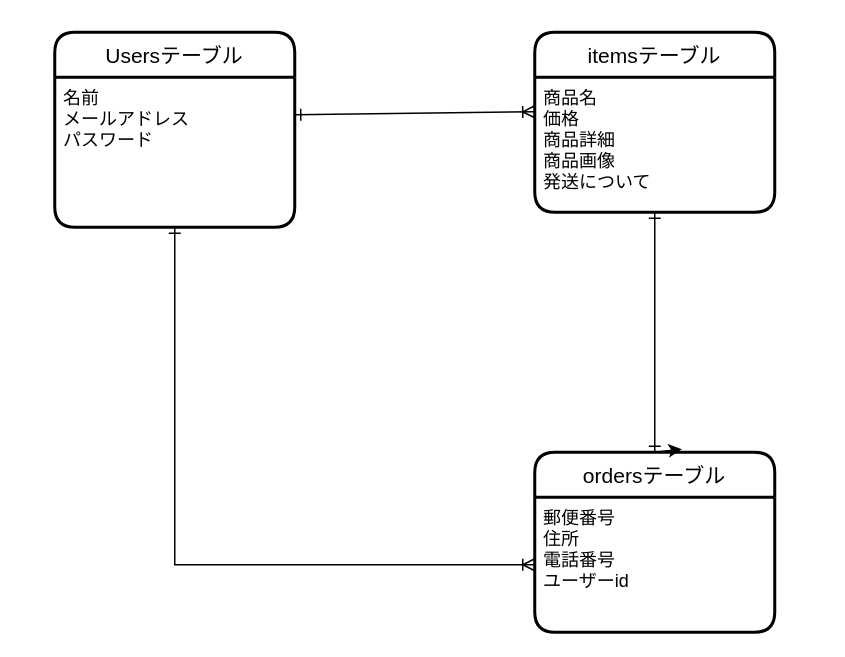
kohei-san/furima-34783 keeps this draw.io diagram as er.dio. Above is the earlier version. Source tidied: cells renumbered, new cells numbered last; positions are measured from the earlier drawing's top-left corner, leaving out a move shared by most shapes. Both pictures are drawn from the tidied source at 150%, with x=0, y=0 at pixel (54, 32).
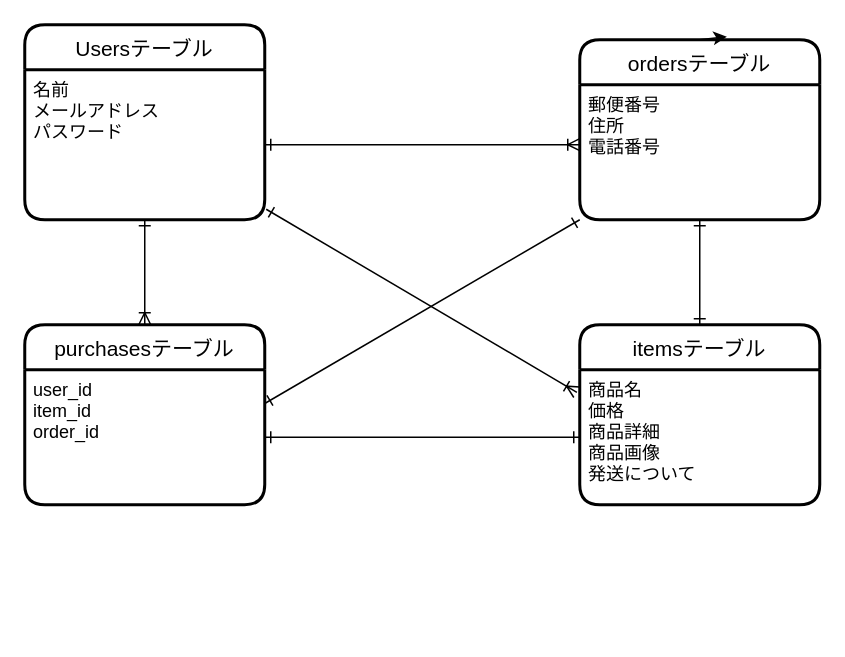
The same diagram, later.

Commit message (it also covers changes not shown here):
データベース設計修正

Change to the diagram source:
```diff
@@
 <mxGraphModel>
   <root>
     <mxCell id="0" />
     <mxCell id="1" parent="0" />
     <mxCell id="2" value="Usersテーブル" style="swimlane;horizontal=1;startSize=30;rounded=1;fontSize=14;fontStyle=0;strokeWidth=2;shadow=0;dashed=0;align=center;" parent="1" vertex="1">
-      <mxGeometry width="160" height="130" as="geometry" />
+      <mxGeometry x="-20" y="-5" width="160" height="130" as="geometry" />
     </mxCell>
     <mxCell id="3" value="名前&#10;メールアドレス&#10;パスワード" style="align=left;strokeColor=none;fillColor=none;spacingLeft=4;fontSize=12;verticalAlign=top;" parent="2" vertex="1">
       <mxGeometry y="30" width="160" height="100" as="geometry" />
     </mxCell>
     <mxCell id="4" value="itemsテーブル" style="swimlane;horizontal=1;startSize=30;rounded=1;fontSize=14;fontStyle=0;strokeWidth=2;shadow=0;dashed=0;align=center;" parent="1" vertex="1">
-      <mxGeometry x="320" width="160" height="120" as="geometry" />
+      <mxGeometry x="350" y="195" width="160" height="120" as="geometry" />
     </mxCell>
     <mxCell id="5" value="商品名&#10;価格&#10;商品詳細&#10;商品画像&#10;発送について" style="align=left;strokeColor=none;fillColor=none;spacingLeft=4;fontSize=12;verticalAlign=top;" parent="4" vertex="1">
       <mxGeometry y="30" width="160" height="90" as="geometry" />
     </mxCell>
     <mxCell id="6" value="ordersテーブル" style="swimlane;horizontal=1;startSize=30;rounded=1;fontSize=14;fontStyle=0;strokeWidth=2;shadow=0;dashed=0;align=center;" parent="1" vertex="1">
-      <mxGeometry x="320" y="280" width="160" height="120" as="geometry" />
+      <mxGeometry x="350" y="5" width="160" height="120" as="geometry" />
     </mxCell>
-    <mxCell id="7" value="郵便番号&#10;住所&#10;電話番号&#10;ユーザーid" style="align=left;strokeColor=none;fillColor=none;spacingLeft=4;fontSize=12;verticalAlign=top;" parent="6" vertex="1">
+    <mxCell id="7" value="郵便番号&#10;住所&#10;電話番号" style="align=left;strokeColor=none;fillColor=none;spacingLeft=4;fontSize=12;verticalAlign=top;" parent="6" vertex="1">
       <mxGeometry y="30" width="160" height="90" as="geometry" />
     </mxCell>
+    <mxCell id="12" style="edgeStyle=none;rounded=0;orthogonalLoop=1;jettySize=auto;html=1;exitX=0.5;exitY=0;exitDx=0;exitDy=0;startArrow=ERone;startFill=0;endArrow=ERone;endFill=0;" parent="6" edge="1" source="7" target="7">
+      <mxGeometry relative="1" as="geometry" />
+    </mxCell>
     <mxCell id="8" style="edgeStyle=none;rounded=0;orthogonalLoop=1;jettySize=auto;html=1;exitX=0.5;exitY=0;exitDx=0;exitDy=0;entryX=0.613;entryY=-0.017;entryDx=0;entryDy=0;entryPerimeter=0;" parent="1" edge="1" source="6" target="6">
       <mxGeometry relative="1" as="geometry" />
     </mxCell>
-    <mxCell id="9" style="edgeStyle=none;rounded=0;jettySize=auto;html=1;exitX=0.5;exitY=1;exitDx=0;exitDy=0;startArrow=ERone;startFill=0;endArrow=ERone;endFill=0;entryX=0.5;entryY=0;entryDx=0;entryDy=0;" parent="1" edge="1" source="5" target="6">
+    <mxCell id="9" style="rounded=0;jettySize=auto;html=1;exitX=0.5;exitY=0;exitDx=0;exitDy=0;startArrow=ERone;startFill=0;endArrow=ERone;endFill=0;entryX=0.5;entryY=1;entryDx=0;entryDy=0;" parent="1" edge="1" source="4" target="7">
       <mxGeometry relative="1" as="geometry" />
     </mxCell>
-    <mxCell id="10" style="edgeStyle=orthogonalEdgeStyle;rounded=0;jettySize=auto;html=1;exitX=0.5;exitY=1;exitDx=0;exitDy=0;entryX=0;entryY=0.5;entryDx=0;entryDy=0;startArrow=ERone;startFill=0;endArrow=ERoneToMany;endFill=0;" parent="1" edge="1" source="3" target="7">
+    <mxCell id="10" style="rounded=0;jettySize=auto;html=1;startArrow=ERone;startFill=0;endArrow=ERoneToMany;endFill=0;entryX=0;entryY=0.444;entryDx=0;entryDy=0;exitX=1;exitY=0.5;exitDx=0;exitDy=0;entryPerimeter=0;" parent="1" edge="1" source="3" target="7">
       <mxGeometry relative="1" as="geometry" />
     </mxCell>
-    <mxCell id="11" style="edgeStyle=none;rounded=0;jettySize=auto;html=1;exitX=1;exitY=0.25;exitDx=0;exitDy=0;startArrow=ERone;startFill=0;endArrow=ERoneToMany;endFill=0;" parent="1" edge="1" source="3">
-      <mxGeometry relative="1" as="geometry">
-        <mxPoint x="320" y="53" as="targetPoint" />
-      </mxGeometry>
+    <mxCell id="11" style="rounded=0;jettySize=auto;html=1;startArrow=ERoneToMany;startFill=0;endArrow=ERone;endFill=0;entryX=1.006;entryY=0.93;entryDx=0;entryDy=0;exitX=-0.012;exitY=0.167;exitDx=0;exitDy=0;exitPerimeter=0;entryPerimeter=0;" parent="1" edge="1" source="5" target="3">
+      <mxGeometry relative="1" as="geometry" />
     </mxCell>
+    <mxCell id="13" value="purchasesテーブル" style="swimlane;horizontal=1;startSize=30;rounded=1;fontSize=14;fontStyle=0;strokeWidth=2;shadow=0;dashed=0;align=center;" parent="1" vertex="1">
+      <mxGeometry x="-20" y="195" width="160" height="120" as="geometry" />
+    </mxCell>
+    <mxCell id="14" value="user_id&#10;item_id&#10;order_id" style="align=left;strokeColor=none;fillColor=none;spacingLeft=4;fontSize=12;verticalAlign=top;" parent="13" vertex="1">
+      <mxGeometry y="30" width="160" height="90" as="geometry" />
+    </mxCell>
+    <mxCell id="15" style="rounded=0;jettySize=auto;html=1;startArrow=ERone;startFill=0;endArrow=ERoneToMany;endFill=0;entryX=0.5;entryY=0;entryDx=0;entryDy=0;exitX=0.5;exitY=1;exitDx=0;exitDy=0;" parent="1" edge="1" source="3" target="13">
+      <mxGeometry relative="1" as="geometry" />
+    </mxCell>
+    <mxCell id="16" style="edgeStyle=none;rounded=0;jettySize=auto;html=1;exitX=1;exitY=0.5;exitDx=0;exitDy=0;entryX=0;entryY=0.5;entryDx=0;entryDy=0;startArrow=ERone;startFill=0;endArrow=ERone;endFill=0;" parent="1" edge="1" source="14" target="5">
+      <mxGeometry relative="1" as="geometry" />
+    </mxCell>
+    <mxCell id="17" style="edgeStyle=none;rounded=0;jettySize=auto;html=1;exitX=1;exitY=0.25;exitDx=0;exitDy=0;entryX=0;entryY=1;entryDx=0;entryDy=0;startArrow=ERone;startFill=0;endArrow=ERone;endFill=0;" parent="1" edge="1" source="14" target="7">
+      <mxGeometry relative="1" as="geometry" />
+    </mxCell>
   </root>
 </mxGraphModel>
```
